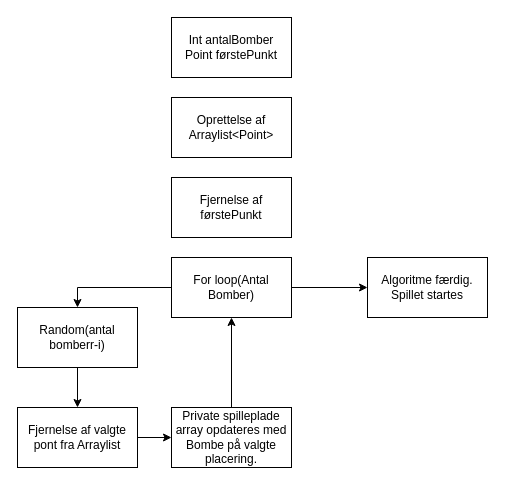
Earlier version of the draw.io diagram Untitled Diagram.drawio (HLLissau/Minesweeper). Source tidied: cells renumbered, new cells numbered last; positions are measured from the earlier drawing's top-left corner, leaving out a move shared by most shapes. Both pictures are drawn from the tidied source at 100%, with x=0, y=0 at pixel (17, 17).
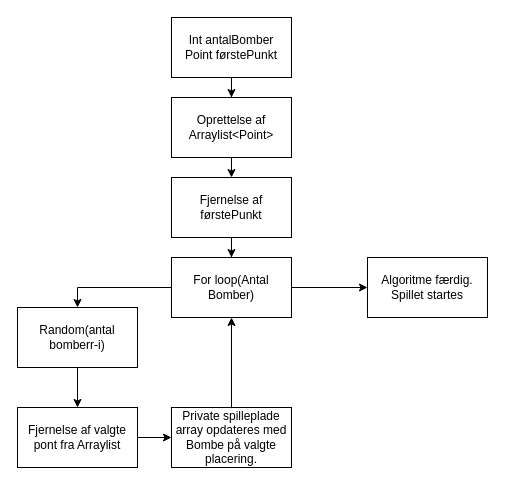
After the change.

The edit, as a diff of the source:
```diff
@@
 <mxGraphModel>
   <root>
     <mxCell id="0" />
     <mxCell id="1" parent="0" />
+    <mxCell id="15" style="edgeStyle=orthogonalEdgeStyle;rounded=0;jettySize=auto;html=1;exitX=0.5;exitY=1;exitDx=0;exitDy=0;" parent="1" edge="1" source="2" target="3">
+      <mxGeometry relative="1" as="geometry" />
+    </mxCell>
     <mxCell id="2" value="&lt;div&gt;Int antalBomber&lt;/div&gt;&lt;div&gt;Point førstePunkt&lt;br&gt; &lt;/div&gt;" style="rounded=0;whiteSpace=wrap;html=1;" parent="1" vertex="1">
       <mxGeometry x="154" width="120" height="60" as="geometry" />
     </mxCell>
+    <mxCell id="16" style="edgeStyle=orthogonalEdgeStyle;rounded=0;jettySize=auto;html=1;exitX=0.5;exitY=1;exitDx=0;exitDy=0;entryX=0.5;entryY=0;entryDx=0;entryDy=0;" parent="1" edge="1" source="3" target="4">
+      <mxGeometry relative="1" as="geometry" />
+    </mxCell>
     <mxCell id="3" value="Oprettelse af Arraylist&amp;lt;Point&amp;gt;" style="rounded=0;whiteSpace=wrap;html=1;" parent="1" vertex="1">
       <mxGeometry x="154" y="80" width="120" height="60" as="geometry" />
     </mxCell>
+    <mxCell id="17" style="edgeStyle=orthogonalEdgeStyle;rounded=0;jettySize=auto;html=1;exitX=0.5;exitY=1;exitDx=0;exitDy=0;" parent="1" edge="1" source="4" target="7">
+      <mxGeometry relative="1" as="geometry" />
+    </mxCell>
     <mxCell id="4" value="Fjernelse af førstePunkt" style="rounded=0;whiteSpace=wrap;html=1;" parent="1" vertex="1">
       <mxGeometry x="154" y="160" width="120" height="60" as="geometry" />
     </mxCell>
     <mxCell id="5" style="edgeStyle=orthogonalEdgeStyle;rounded=0;jettySize=auto;html=1;exitX=0;exitY=0.5;exitDx=0;exitDy=0;entryX=0.5;entryY=0;entryDx=0;entryDy=0;" parent="1" edge="1" source="7" target="9">
       <mxGeometry relative="1" as="geometry" />
     </mxCell>
     <mxCell id="6" style="edgeStyle=orthogonalEdgeStyle;rounded=0;jettySize=auto;html=1;exitX=1;exitY=0.5;exitDx=0;exitDy=0;entryX=0;entryY=0.5;entryDx=0;entryDy=0;" parent="1" edge="1" source="7" target="14">
       <mxGeometry relative="1" as="geometry" />
     </mxCell>
     <mxCell id="7" value="For loop(Antal Bomber)" style="rounded=0;whiteSpace=wrap;html=1;" parent="1" vertex="1">
       <mxGeometry x="154" y="240" width="120" height="60" as="geometry" />
     </mxCell>
     <mxCell id="8" style="edgeStyle=orthogonalEdgeStyle;rounded=0;jettySize=auto;html=1;exitX=0.5;exitY=1;exitDx=0;exitDy=0;entryX=0.5;entryY=0;entryDx=0;entryDy=0;" parent="1" edge="1" source="9" target="13">
       <mxGeometry relative="1" as="geometry" />
     </mxCell>
     <mxCell id="9" value="Random(antal bomberr-i)" style="rounded=0;whiteSpace=wrap;html=1;" parent="1" vertex="1">
       <mxGeometry y="290" width="120" height="60" as="geometry" />
     </mxCell>
     <mxCell id="10" style="edgeStyle=orthogonalEdgeStyle;rounded=0;jettySize=auto;html=1;exitX=0.5;exitY=0;exitDx=0;exitDy=0;entryX=0.5;entryY=1;entryDx=0;entryDy=0;" parent="1" edge="1" source="11" target="7">
       <mxGeometry relative="1" as="geometry" />
     </mxCell>
     <mxCell id="11" value="Private spilleplade array opdateres med Bombe på valgte placering." style="rounded=0;whiteSpace=wrap;html=1;" parent="1" vertex="1">
       <mxGeometry x="154" y="390" width="120" height="60" as="geometry" />
     </mxCell>
     <mxCell id="12" style="edgeStyle=orthogonalEdgeStyle;rounded=0;jettySize=auto;html=1;exitX=1;exitY=0.5;exitDx=0;exitDy=0;entryX=0;entryY=0.5;entryDx=0;entryDy=0;" parent="1" edge="1" source="13" target="11">
       <mxGeometry relative="1" as="geometry" />
     </mxCell>
     <mxCell id="13" value="Fjernelse af valgte pont fra Arraylist" style="rounded=0;whiteSpace=wrap;html=1;" parent="1" vertex="1">
       <mxGeometry y="390" width="120" height="60" as="geometry" />
     </mxCell>
     <mxCell id="14" value="Algoritme færdig. Spillet startes" style="rounded=0;whiteSpace=wrap;html=1;" parent="1" vertex="1">
       <mxGeometry x="350" y="240" width="120" height="60" as="geometry" />
     </mxCell>
   </root>
 </mxGraphModel>
```
